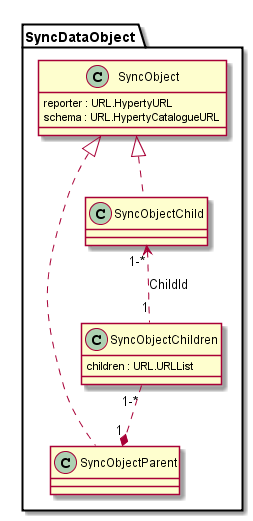
Before: docs/datamodel/data-objects/data-synch/SyncDataObject.png, a diagram exported from PlantUML (reTHINK-project/dev-service-framework).
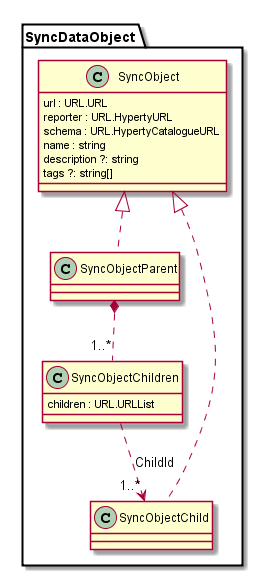
The same diagram one commit later.

Diff of the diagram source:
```diff
@@ -1,28 +1,31 @@
 @startuml "../../docs/datamodel/data-objects/data-synch/SyncDataObject.png"
-	package SyncDataObject {
 
+package SyncDataObject {
 
-		class SyncObject {
-			reporter : URL.HypertyURL
-			schema : URL.HypertyCatalogueURL
-		}
+	class SyncObject {
+		url : URL.URL
+		reporter : URL.HypertyURL
+		schema : URL.HypertyCatalogueURL
+		name : string
+		description ?: string
+		tags ?: string[]
+	}
 
-		class SyncObjectParent {
-		}
+	class SyncObjectParent {
+	}
 
-		class SyncObjectChildren {
+	class SyncObjectChildren {
 		children : URL.URLList
-		}
+	}
 
-		class SyncObjectChild {
-		}
+	class SyncObjectChild {
+	}
 
 	SyncObjectParent .up.|> SyncObject
-
 	SyncObjectChild .up.|> SyncObject
 
-	SyncObjectChildren "1-*".up.*"1" SyncObjectParent
+	SyncObjectParent *.down. "1..*" SyncObjectChildren
+	SyncObjectChildren .down.> "1..*" SyncObjectChild : ChildId
+}
 
-	SyncObjectChild "1-*"<.up."1" SyncObjectChildren : ChildId
-	}
 @enduml
```
